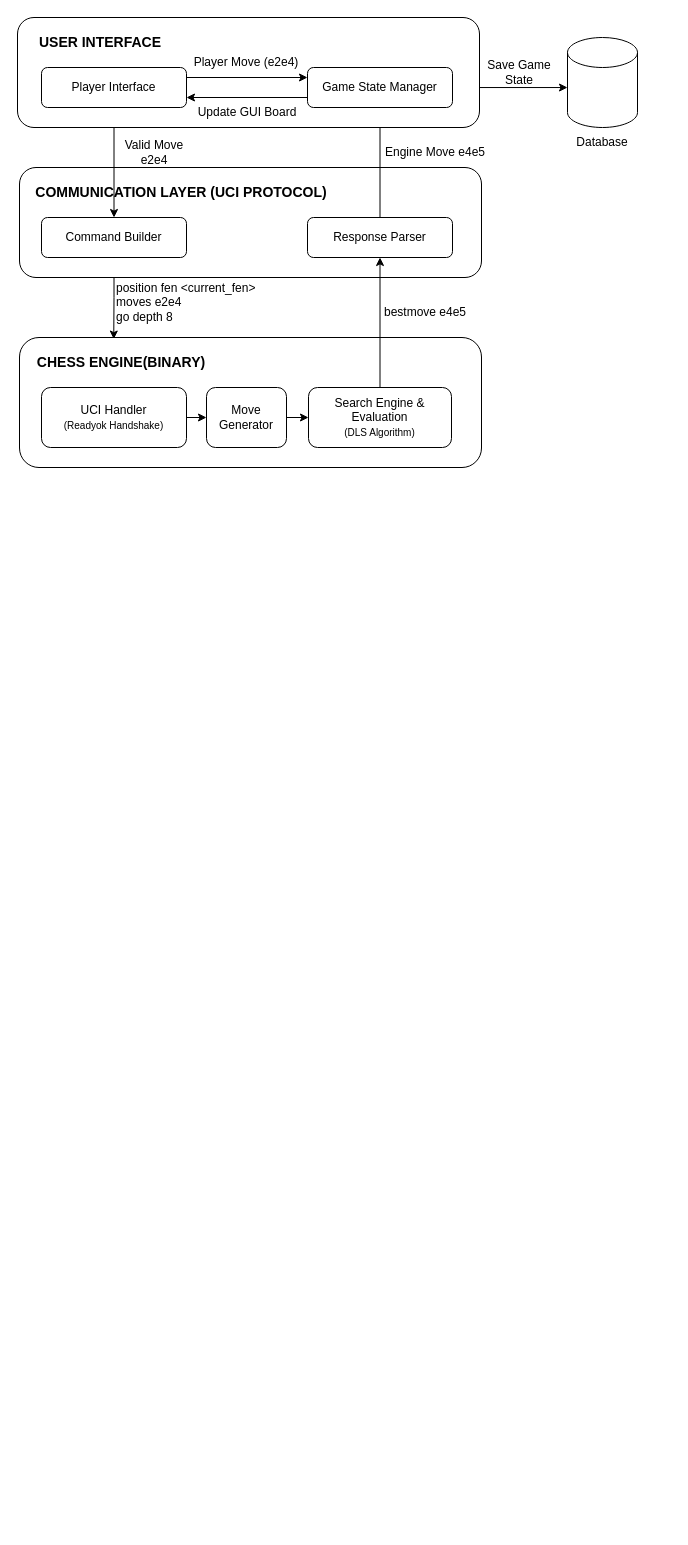
Earlier version of the draw.io diagram 6thSemProject.drawio (bikrantj/diagrams). Source tidied: cells renumbered, new cells numbered last; positions are measured from the earlier drawing's top-left corner, leaving out a move shared by most shapes. Both pictures are drawn from the tidied source at 100%, with x=0, y=0 at pixel (17, 17).
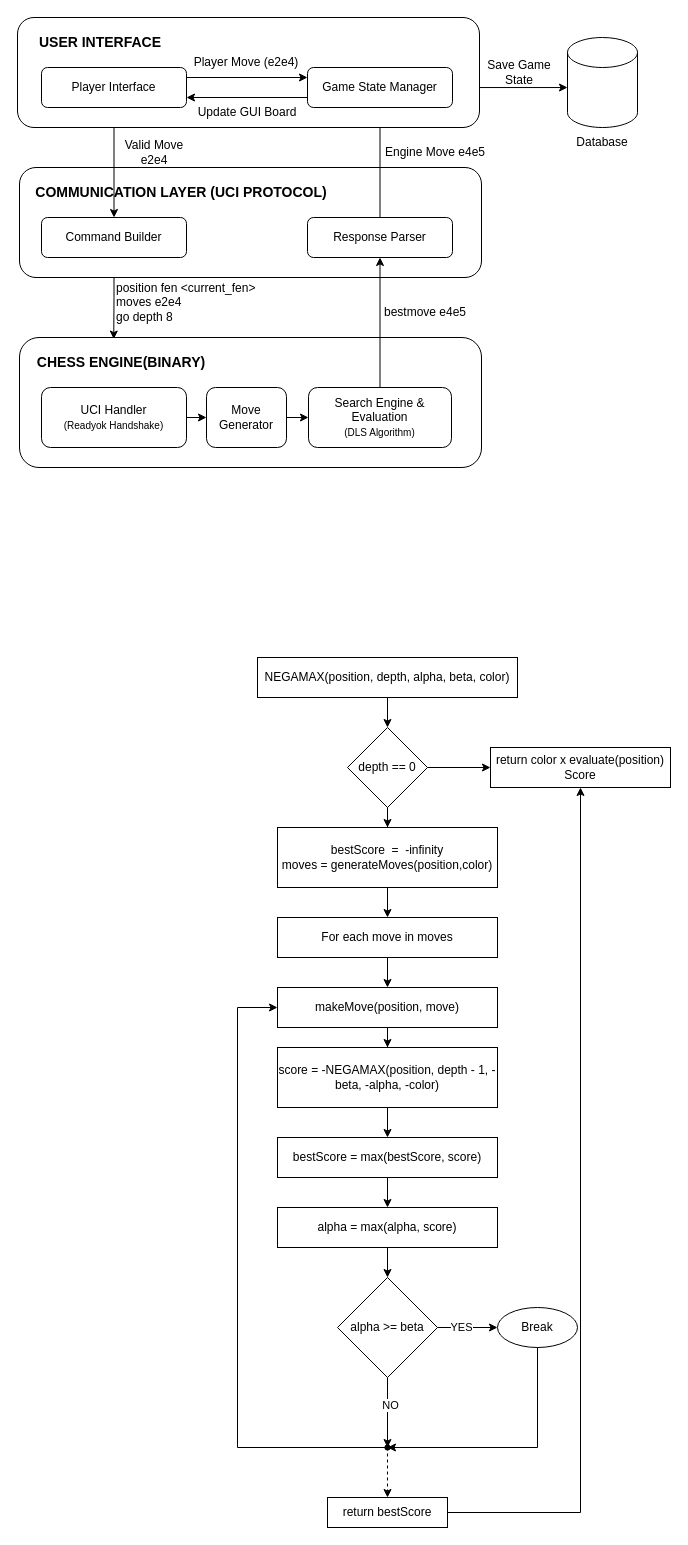
The same page after the edit.

Change to the diagram source:
```diff
@@
+    <mxCell id="38" style="edgeStyle=orthogonalEdgeStyle;rounded=0;jettySize=auto;html=1;" parent="1" edge="1" source="39" target="42">
+      <mxGeometry relative="1" as="geometry" />
+    </mxCell>
+    <mxCell id="39" value="NEGAMAX(position, depth, alpha, beta, color)" style="rounded=0;whiteSpace=wrap;html=1;" parent="1" vertex="1">
+      <mxGeometry x="240" y="640" width="260" height="40" as="geometry" />
+    </mxCell>
+    <mxCell id="40" style="edgeStyle=orthogonalEdgeStyle;rounded=0;jettySize=auto;html=1;" parent="1" edge="1" source="42" target="43">
+      <mxGeometry relative="1" as="geometry" />
+    </mxCell>
+    <mxCell id="41" style="edgeStyle=orthogonalEdgeStyle;rounded=0;jettySize=auto;html=1;" parent="1" edge="1" source="42" target="45">
+      <mxGeometry relative="1" as="geometry" />
+    </mxCell>
+    <mxCell id="42" value="depth == 0" style="rhombus;whiteSpace=wrap;html=1;rounded=0;" parent="1" vertex="1">
+      <mxGeometry x="330" y="710" width="80" height="80" as="geometry" />
+    </mxCell>
+    <mxCell id="43" value="return color x evaluate(position)&lt;div&gt;Score&lt;/div&gt;" style="whiteSpace=wrap;html=1;rounded=0;" parent="1" vertex="1">
+      <mxGeometry x="473" y="730" width="180" height="40" as="geometry" />
+    </mxCell>
+    <mxCell id="44" style="edgeStyle=orthogonalEdgeStyle;rounded=0;jettySize=auto;html=1;" parent="1" edge="1" source="45" target="47">
+      <mxGeometry relative="1" as="geometry" />
+    </mxCell>
+    <mxCell id="45" value="bestScore&amp;nbsp; =&amp;nbsp; -infinity&lt;div&gt;moves = generateMoves(position,color)&lt;/div&gt;" style="whiteSpace=wrap;html=1;rounded=0;" parent="1" vertex="1">
+      <mxGeometry x="260" y="810" width="220" height="60" as="geometry" />
+    </mxCell>
+    <mxCell id="46" style="edgeStyle=orthogonalEdgeStyle;rounded=0;jettySize=auto;html=1;" parent="1" edge="1" source="47" target="49">
+      <mxGeometry relative="1" as="geometry" />
+    </mxCell>
+    <mxCell id="47" value="For each move in moves" style="whiteSpace=wrap;html=1;rounded=0;" parent="1" vertex="1">
+      <mxGeometry x="260" y="900" width="220" height="40" as="geometry" />
+    </mxCell>
+    <mxCell id="48" style="edgeStyle=orthogonalEdgeStyle;rounded=0;jettySize=auto;html=1;" parent="1" edge="1" source="49" target="51">
+      <mxGeometry relative="1" as="geometry" />
+    </mxCell>
+    <mxCell id="49" value="makeMove(position, move)" style="whiteSpace=wrap;html=1;rounded=0;" parent="1" vertex="1">
+      <mxGeometry x="260" y="970" width="220" height="40" as="geometry" />
+    </mxCell>
+    <mxCell id="50" style="edgeStyle=orthogonalEdgeStyle;rounded=0;jettySize=auto;html=1;" parent="1" edge="1" source="51" target="53">
+      <mxGeometry relative="1" as="geometry" />
+    </mxCell>
+    <mxCell id="51" value="score = -NEGAMAX(position, depth - 1, -beta, -alpha, -color)" style="whiteSpace=wrap;html=1;rounded=0;" parent="1" vertex="1">
+      <mxGeometry x="260" y="1030" width="220" height="60" as="geometry" />
+    </mxCell>
+    <mxCell id="52" style="edgeStyle=orthogonalEdgeStyle;rounded=0;jettySize=auto;html=1;" parent="1" edge="1" source="53" target="55">
+      <mxGeometry relative="1" as="geometry" />
+    </mxCell>
+    <mxCell id="53" value="bestScore = max(bestScore, score)" style="whiteSpace=wrap;html=1;rounded=0;" parent="1" vertex="1">
+      <mxGeometry x="260" y="1120" width="220" height="40" as="geometry" />
+    </mxCell>
+    <mxCell id="54" style="edgeStyle=orthogonalEdgeStyle;rounded=0;jettySize=auto;html=1;" parent="1" edge="1" source="55" target="60">
+      <mxGeometry relative="1" as="geometry" />
+    </mxCell>
+    <mxCell id="55" value="alpha = max(alpha, score)" style="whiteSpace=wrap;html=1;rounded=0;" parent="1" vertex="1">
+      <mxGeometry x="260" y="1190" width="220" height="40" as="geometry" />
+    </mxCell>
+    <mxCell id="56" style="edgeStyle=orthogonalEdgeStyle;rounded=0;jettySize=auto;html=1;" parent="1" edge="1" source="60" target="61">
+      <mxGeometry relative="1" as="geometry" />
+    </mxCell>
+    <mxCell id="57" value="YES" style="edgeLabel;html=1;align=center;verticalAlign=middle;" parent="56" vertex="1">
+      <mxGeometry x="-0.22" y="1" relative="1" as="geometry" />
+    </mxCell>
+    <mxCell id="58" style="edgeStyle=orthogonalEdgeStyle;rounded=0;jettySize=auto;html=1;entryX=0.493;entryY=-0.113;entryDx=0;entryDy=0;entryPerimeter=0;" parent="1" edge="1" source="60" target="64">
+      <mxGeometry relative="1" as="geometry" />
+    </mxCell>
+    <mxCell id="59" value="NO" style="edgeLabel;html=1;align=center;verticalAlign=middle;" parent="58" vertex="1">
+      <mxGeometry x="-0.22" y="2" relative="1" as="geometry" />
+    </mxCell>
+    <mxCell id="60" value="alpha &amp;gt;= beta" style="rhombus;whiteSpace=wrap;html=1;rounded=0;" parent="1" vertex="1">
+      <mxGeometry x="320" y="1260" width="100" height="100" as="geometry" />
+    </mxCell>
+    <mxCell id="61" value="Break" style="ellipse;whiteSpace=wrap;html=1;rounded=0;" parent="1" vertex="1">
+      <mxGeometry x="480" y="1290" width="80" height="40" as="geometry" />
+    </mxCell>
+    <mxCell id="62" style="edgeStyle=orthogonalEdgeStyle;rounded=0;jettySize=auto;html=1;dashed=1;" parent="1" edge="1" source="64" target="67">
+      <mxGeometry relative="1" as="geometry" />
+    </mxCell>
+    <mxCell id="63" style="edgeStyle=orthogonalEdgeStyle;rounded=0;jettySize=auto;html=1;entryX=0;entryY=0.5;entryDx=0;entryDy=0;" parent="1" edge="1" source="64" target="49">
+      <mxGeometry relative="1" as="geometry">
+        <Array as="points">
+          <mxPoint x="220" y="1430" />
+          <mxPoint x="220" y="990" />
+        </Array>
+      </mxGeometry>
+    </mxCell>
+    <mxCell id="64" style="shape=waypoint;sketch=0;fillStyle=solid;size=6;points=[];fillColor=none;perimeter=centerPerimeter;snapToPoint=1;" parent="1" vertex="1">
+      <mxGeometry x="360" y="1420" width="20" height="20" as="geometry" />
+    </mxCell>
+    <mxCell id="65" style="edgeStyle=orthogonalEdgeStyle;rounded=0;jettySize=auto;html=1;entryX=1.167;entryY=0.452;entryDx=0;entryDy=0;entryPerimeter=0;" parent="1" edge="1" source="61" target="64">
+      <mxGeometry relative="1" as="geometry">
+        <Array as="points">
+          <mxPoint x="520" y="1430" />
+        </Array>
+      </mxGeometry>
+    </mxCell>
+    <mxCell id="66" style="edgeStyle=orthogonalEdgeStyle;rounded=0;jettySize=auto;html=1;entryX=0.5;entryY=1;entryDx=0;entryDy=0;" parent="1" edge="1" source="67" target="43">
+      <mxGeometry relative="1" as="geometry" />
+    </mxCell>
+    <mxCell id="67" value="return bestScore" style="rounded=0;whiteSpace=wrap;html=1;" parent="1" vertex="1">
+      <mxGeometry x="310" y="1480" width="120" height="30" as="geometry" />
+    </mxCell>
```
